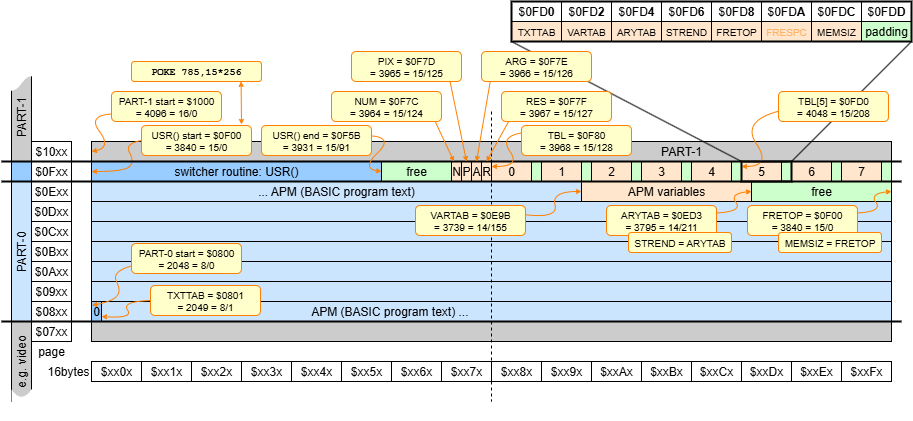
The draw.io diagram c64mempart/advappmngr.drawio.png in maarten-pennings/howto, before a commit. Source tidied: cells renumbered, new cells last; positions are measured from the earlier drawing's top-left corner, leaving out a move shared by most shapes.
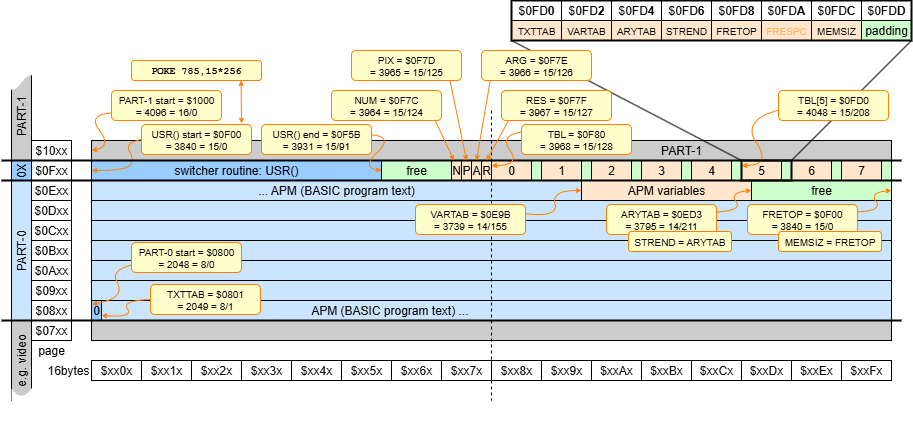
The same diagram one commit later.

Commit message:
listing APM

Change to the diagram source:
```diff
@@ -244,7 +244,7 @@
         </Array>
       </mxGeometry>
     </mxCell>
-    <mxCell id="73" style="rounded=0;whiteSpace=wrap;html=1;strokeColor=default;fillColor=#99CCFF;align=center;rotation=-90;verticalAlign=middle;fontFamily=Helvetica;fontSize=12;fontColor=default;" parent="1" vertex="1">
+    <mxCell id="73" value="0X" style="rounded=0;whiteSpace=wrap;html=1;strokeColor=default;fillColor=#99CCFF;align=center;rotation=-90;verticalAlign=middle;fontFamily=Helvetica;fontSize=12;fontColor=default;" parent="1" vertex="1">
       <mxGeometry x="60" y="160" width="20" height="20" as="geometry" />
     </mxCell>
     <mxCell id="74" style="endArrow=none;html=1;rounded=0;strokeWidth=2;" parent="1" edge="1">
```
